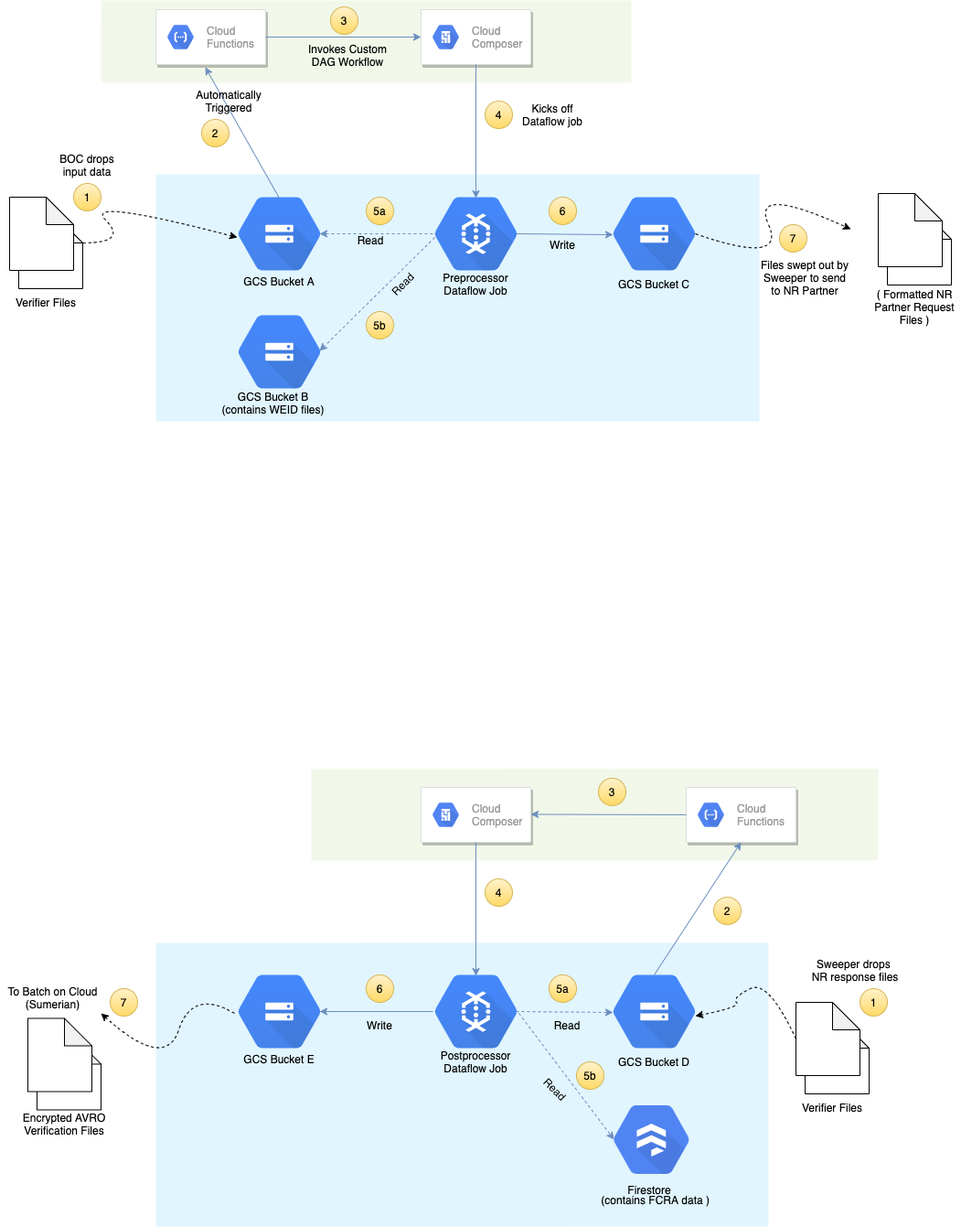
Before: Untitled Diagram.png, a diagram exported from draw.io (faeezshaikhefx/faeezshaikhefx). Source tidied: cells renumbered, new cells last; positions are measured from the earlier drawing's top-left corner, leaving out a move shared by most shapes.
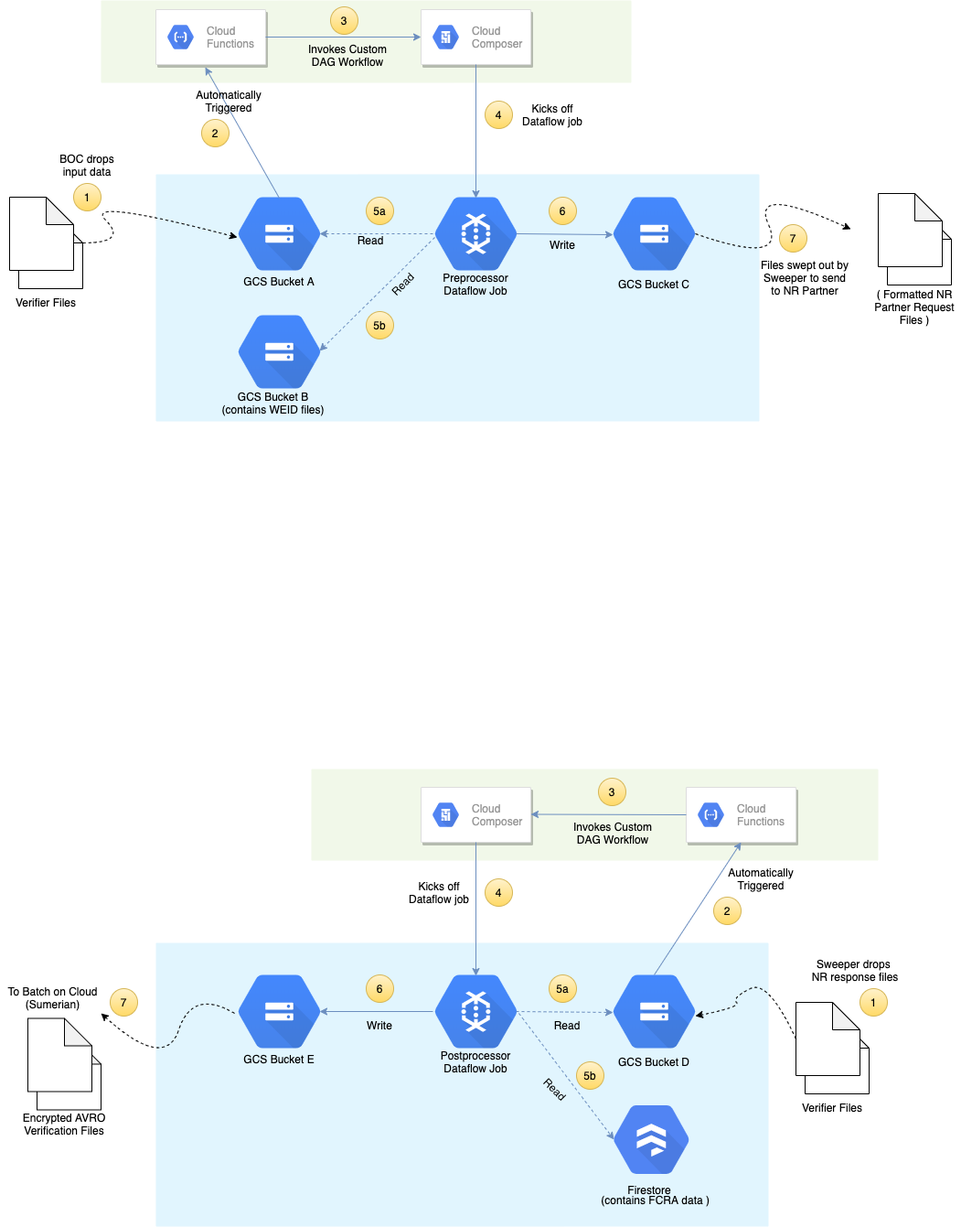
The same diagram one commit later.

The edit, as a diff of the source:
```diff
@@ -301,5 +301,14 @@
     <mxCell id="87" value="To Batch on Cloud (Sumerian)" style="text;html=1;strokeColor=none;fillColor=none;align=center;verticalAlign=middle;whiteSpace=wrap;rounded=0;" parent="1" vertex="1">
       <mxGeometry y="1080" width="115" height="20" as="geometry" />
     </mxCell>
+    <mxCell id="88" value="Automatically&lt;br&gt;Triggered" style="text;html=1;strokeColor=none;fillColor=none;align=center;verticalAlign=middle;whiteSpace=wrap;rounded=0;rotation=0;" parent="1" vertex="1">
+      <mxGeometry x="812" y="950" width="40" height="20" as="geometry" />
+    </mxCell>
+    <mxCell id="89" value="Invokes Custom DAG Workflow" style="text;html=1;strokeColor=none;fillColor=none;align=center;verticalAlign=middle;whiteSpace=wrap;rounded=0;rotation=0;" parent="1" vertex="1">
+      <mxGeometry x="620" y="900" width="100" height="20" as="geometry" />
+    </mxCell>
+    <mxCell id="90" value="Kicks off&lt;br&gt;Dataflow job" style="text;html=1;strokeColor=none;fillColor=none;align=center;verticalAlign=middle;whiteSpace=wrap;rounded=0;rotation=0;" parent="1" vertex="1">
+      <mxGeometry x="430" y="965" width="100" height="20" as="geometry" />
+    </mxCell>
   </root>
 </mxGraphModel>
```
